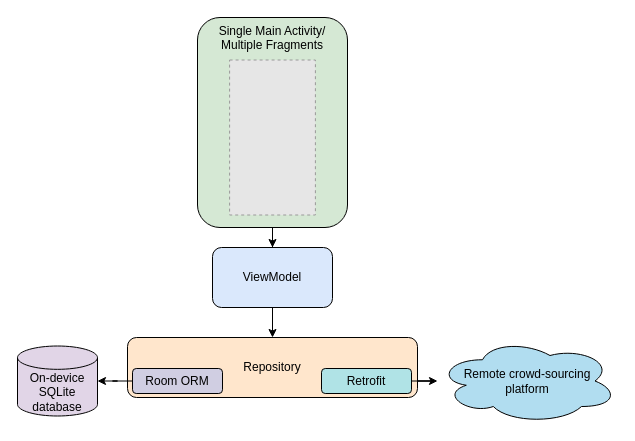
This is app_architecture.drawio from msthoma/EnviroInfo2020_paper, a draw.io file, before an edit. Source tidied: cells renumbered, new cells numbered last; positions are measured from the earlier drawing's top-left corner, leaving out a move shared by most shapes. Both pictures are drawn from the tidied source at 100%, with x=0, y=0 at pixel (17, 17). Pictures stored in the file or linked from it are replaced by grey dashed boxes.
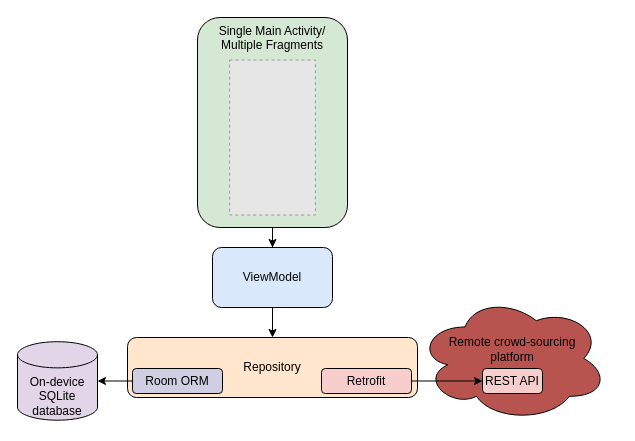
The same diagram, later.

Commit message:
add REST API

Diff of the diagram source:
```diff
@@
 <mxGraphModel>
   <root>
     <mxCell id="0" />
     <mxCell id="1" parent="0" />
+    <mxCell id="13" value="&lt;div&gt;Remote crowd-sourcing &lt;br&gt;&lt;/div&gt;&lt;div&gt;platform&lt;/div&gt;" style="ellipse;shape=cloud;whiteSpace=wrap;html=1;align=center;strokeWidth=1;verticalAlign=middle;spacingBottom=19;fillColor=#B85450;" parent="1" vertex="1">
+      <mxGeometry x="400" y="278" width="190" height="126" as="geometry" />
+    </mxCell>
     <mxCell id="2" style="edgeStyle=orthogonalEdgeStyle;rounded=0;jettySize=auto;html=1;" parent="1" edge="1" source="6" target="4">
       <mxGeometry relative="1" as="geometry" />
     </mxCell>
     <mxCell id="3" style="edgeStyle=orthogonalEdgeStyle;rounded=0;jettySize=auto;html=1;exitX=0.5;exitY=1;exitDx=0;exitDy=0;" parent="1" edge="1" source="4" target="8">
       <mxGeometry relative="1" as="geometry" />
     </mxCell>
     <mxCell id="4" value="ViewModel" style="rounded=1;whiteSpace=wrap;html=1;fillColor=#dae8fc;" parent="1" vertex="1">
       <mxGeometry x="195" y="230" width="120" height="60" as="geometry" />
     </mxCell>
     <mxCell id="5" style="group;" parent="1" vertex="1">
       <mxGeometry x="180" width="150" height="210" as="geometry" />
     </mxCell>
     <mxCell id="6" value="&lt;div&gt;Single Main Activity/ Multiple Fragments&lt;/div&gt;" style="rounded=1;whiteSpace=wrap;html=1;spacingRight=0;labelBackgroundColor=none;fillColor=#d5e8d4;verticalAlign=top;" parent="5" vertex="1">
       <mxGeometry width="150" height="210" as="geometry" />
     </mxCell>
     <mxCell id="7" style="fillColor=#E6E6E6;strokeColor=#999999;dashed=1;verticalLabelPosition=bottom;verticalAlign=top;labelBackgroundColor=none;" parent="5" vertex="1">
       <mxGeometry x="32.1" y="42.5" width="85.8" height="155" as="geometry" />
     </mxCell>
     <mxCell id="8" value="Repository" style="rounded=1;whiteSpace=wrap;html=1;verticalAlign=middle;fillColor=#ffe6cc;" parent="1" vertex="1">
       <mxGeometry x="110" y="320" width="290" height="60" as="geometry" />
     </mxCell>
     <mxCell id="9" value="&lt;div&gt;On-device&lt;br&gt;&lt;/div&gt;&lt;div&gt;SQLite database&lt;br&gt;&lt;/div&gt;" style="strokeWidth=1;html=1;shape=mxgraph.flowchart.database;whiteSpace=wrap;verticalAlign=bottom;fillColor=#e1d5e7;" parent="1" vertex="1">
-      <mxGeometry y="328.5" width="80" height="70" as="geometry" />
+      <mxGeometry y="324.2" width="80" height="78.5" as="geometry" />
     </mxCell>
     <mxCell id="10" style="edgeStyle=orthogonalEdgeStyle;rounded=0;jettySize=auto;html=1;" parent="1" edge="1" source="11" target="9">
       <mxGeometry relative="1" as="geometry" />
     </mxCell>
     <mxCell id="11" value="Room ORM" style="rounded=1;whiteSpace=wrap;html=1;fillColor=#d0cee2;" parent="1" vertex="1">
       <mxGeometry x="115" y="351" width="90" height="25" as="geometry" />
     </mxCell>
+    <mxCell id="15" style="edgeStyle=orthogonalEdgeStyle;rounded=0;jettySize=auto;html=1;entryX=0;entryY=0.5;entryDx=0;entryDy=0;" parent="1" edge="1" source="12" target="16">
+      <mxGeometry relative="1" as="geometry" />
+    </mxCell>
-    <mxCell id="12" value="Retrofit" style="rounded=1;whiteSpace=wrap;html=1;fillColor=#b0e3e6;" parent="1" vertex="1">
+    <mxCell id="12" value="Retrofit" style="rounded=1;whiteSpace=wrap;html=1;fillColor=#f8cecc;" parent="1" vertex="1">
       <mxGeometry x="304" y="351" width="90" height="25" as="geometry" />
     </mxCell>
-    <mxCell id="13" value="&lt;div&gt;Remote crowd-sourcing &lt;br&gt;&lt;/div&gt;&lt;div&gt;platform&lt;/div&gt;" style="ellipse;shape=cloud;whiteSpace=wrap;html=1;align=center;strokeWidth=1;fillColor=#b1ddf0;" parent="1" vertex="1">
-      <mxGeometry x="420" y="321" width="180" height="85" as="geometry" />
-    </mxCell>
-    <mxCell id="14" style="edgeStyle=orthogonalEdgeStyle;rounded=0;jettySize=auto;html=1;" parent="1" edge="1" source="12" target="13">
-      <mxGeometry relative="1" as="geometry" />
-    </mxCell>
+    <mxCell id="16" value="REST API" style="rounded=1;whiteSpace=wrap;html=1;fillColor=#f8cecc;align=center;spacing=2;spacingTop=0;" parent="1" vertex="1">
+      <mxGeometry x="465" y="351" width="60" height="25" as="geometry" />
+    </mxCell>
   </root>
 </mxGraphModel>
```
